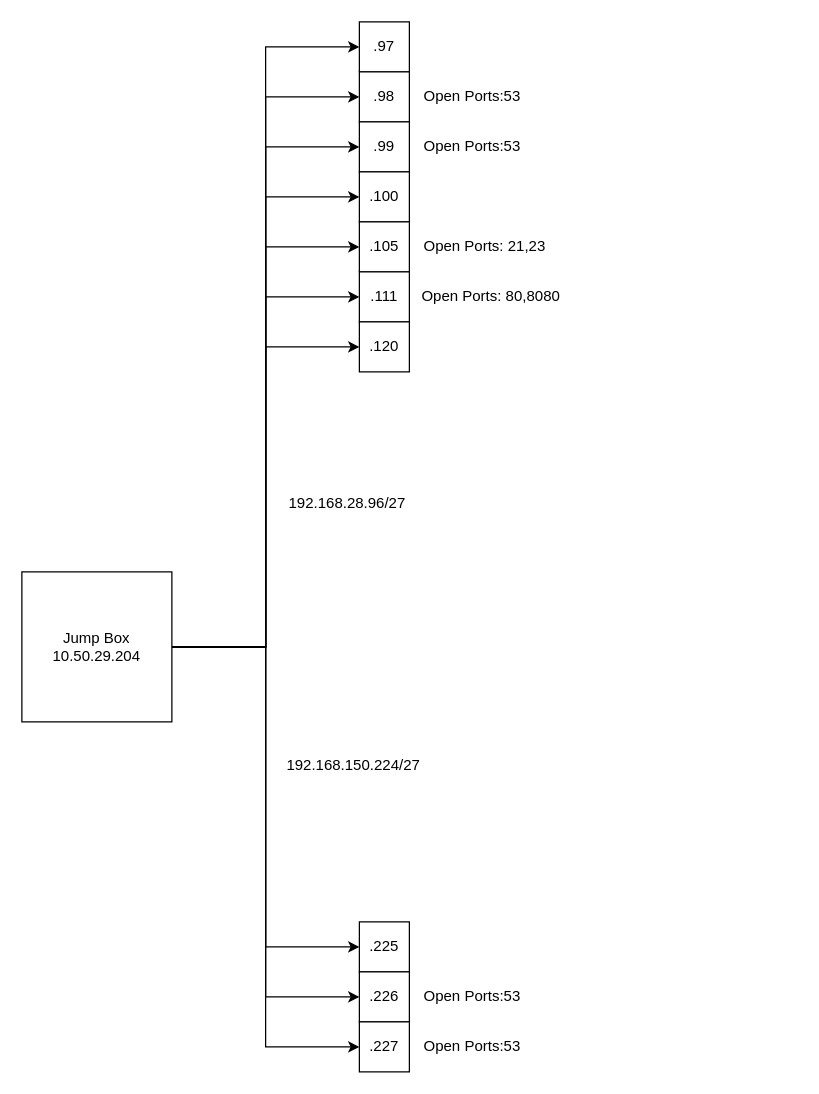
The draw.io diagram Security/Untitled Diagram.drawio in LukeaBrown/COSC, before the edit. Source tidied: cells renumbered, new cells numbered last; positions are measured from the earlier drawing's top-left corner, leaving out a move shared by most shapes. Both pictures are drawn from the tidied source at 125%, with x=0, y=0 at pixel (21, 21).
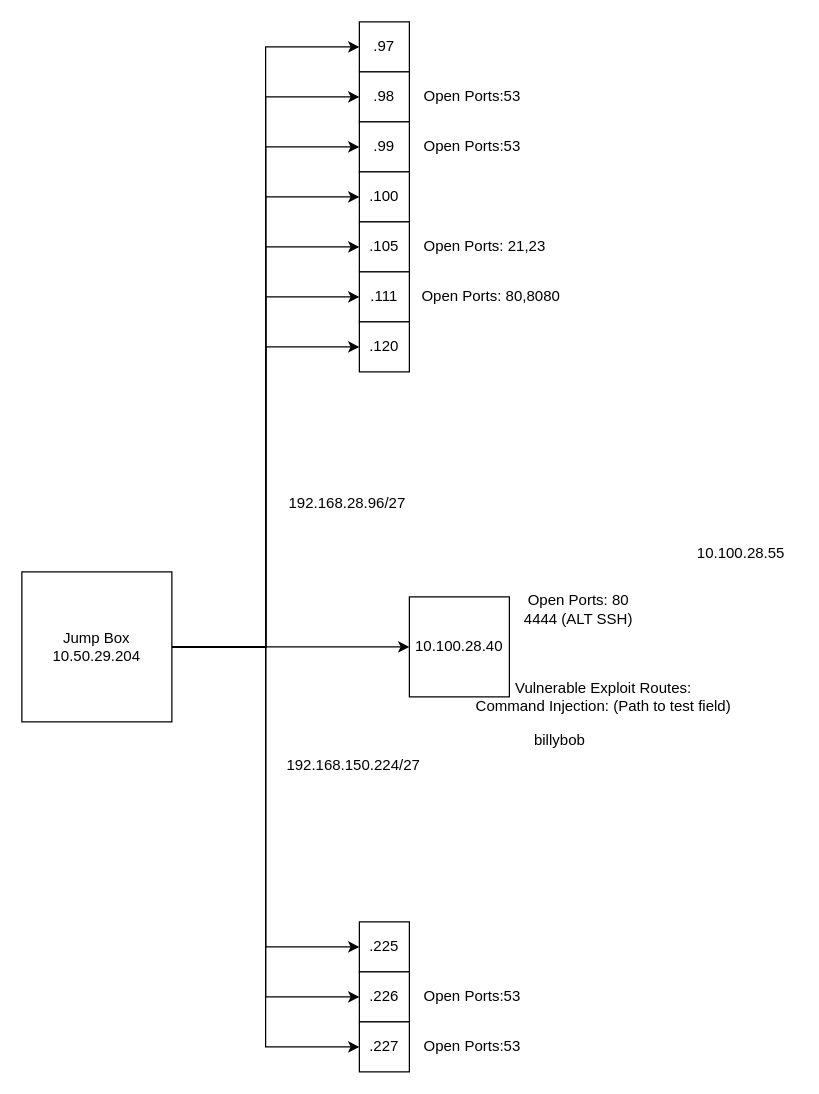
The same page after the edit.

The change refers to these unchanged cells:
```xml
<mxCell id="12" value="&lt;div&gt;Jump Box&lt;/div&gt;&lt;div&gt;10.50.29.204&lt;/div&gt;" style="whiteSpace=wrap;html=1;" parent="1" vertex="1">
  <mxGeometry y="440" width="120" height="120" as="geometry" />
</mxCell>
```

Diff of the diagram source:
```diff
@@
+    <mxCell id="31" style="edgeStyle=orthogonalEdgeStyle;rounded=0;jettySize=auto;html=1;entryX=0;entryY=0.5;entryDx=0;entryDy=0;" parent="1" edge="1" source="12" target="32">
+      <mxGeometry relative="1" as="geometry" />
+    </mxCell>
@@
+    <mxCell id="32" value="10.100.28.40" style="whiteSpace=wrap;html=1;" parent="1" vertex="1">
+      <mxGeometry x="310" y="460" width="80" height="80" as="geometry" />
+    </mxCell>
+    <mxCell id="33" value="&lt;div&gt;Open Ports: 80&lt;/div&gt;4444 (ALT SSH)" style="text;html=1;align=center;verticalAlign=middle;strokeColor=none;fillColor=none;" parent="1" vertex="1">
+      <mxGeometry x="390" y="450" width="110" height="40" as="geometry" />
+    </mxCell>
+    <mxCell id="34" value="&lt;div&gt;Vulnerable Exploit Routes:&lt;/div&gt;&lt;div&gt;Command Injection: (Path to test field)&lt;br&gt;&lt;/div&gt;" style="text;html=1;align=center;verticalAlign=middle;strokeColor=none;fillColor=none;" parent="1" vertex="1">
+      <mxGeometry x="350" y="520" width="230" height="40" as="geometry" />
+    </mxCell>
+    <mxCell id="35" value="billybob" style="text;html=1;align=center;verticalAlign=middle;strokeColor=none;fillColor=none;" parent="1" vertex="1">
+      <mxGeometry x="400" y="560" width="60" height="30" as="geometry" />
+    </mxCell>
+    <mxCell id="36" value="10.100.28.55" style="text;html=1;align=center;verticalAlign=middle;strokeColor=none;fillColor=none;" parent="1" vertex="1">
+      <mxGeometry x="530" y="410" width="90" height="30" as="geometry" />
+    </mxCell>
```
